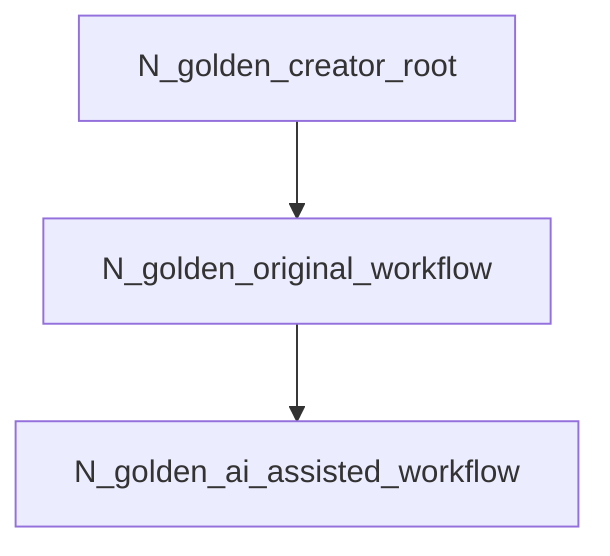
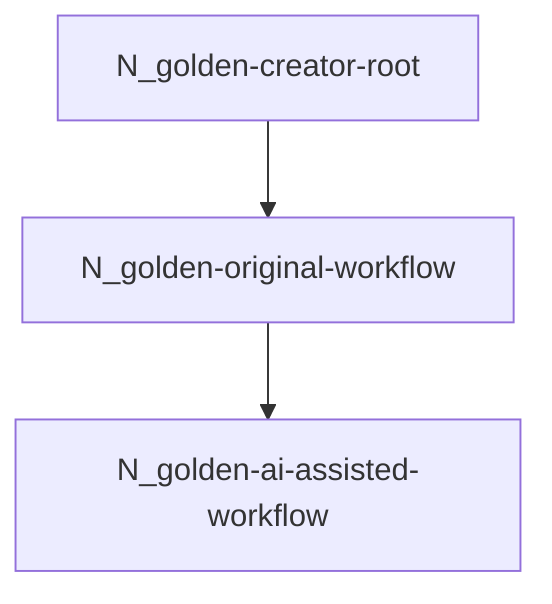
graph TD
-   N_golden_creator_root --> N_golden_original_workflow
-   N_golden_original_workflow --> N_golden_ai_assisted_workflow
+   N_golden-creator-root --> N_golden-original-workflow
+   N_golden-original-workflow --> N_golden-ai-assisted-workflow
